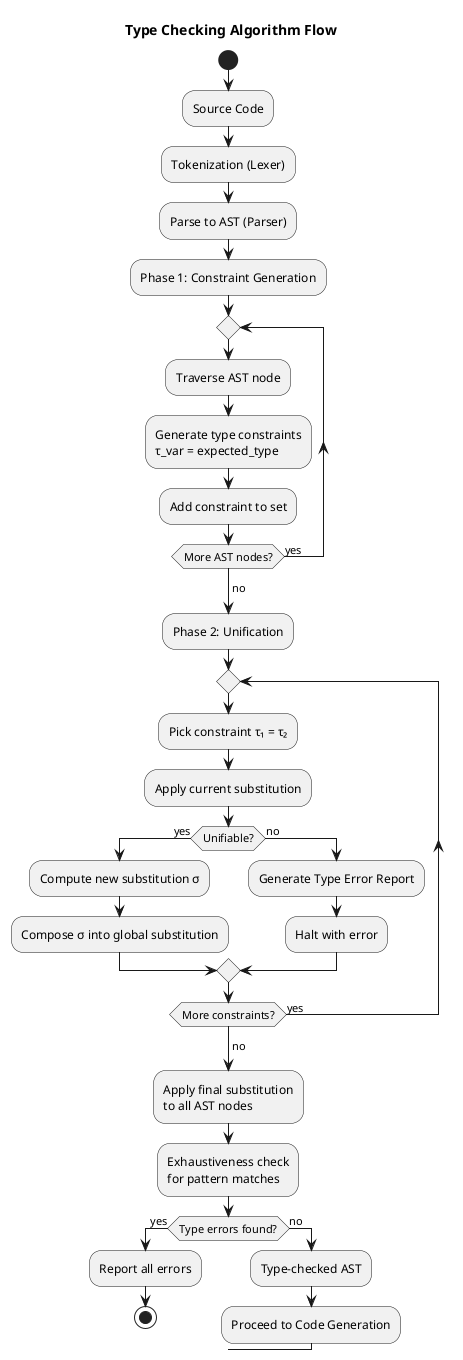
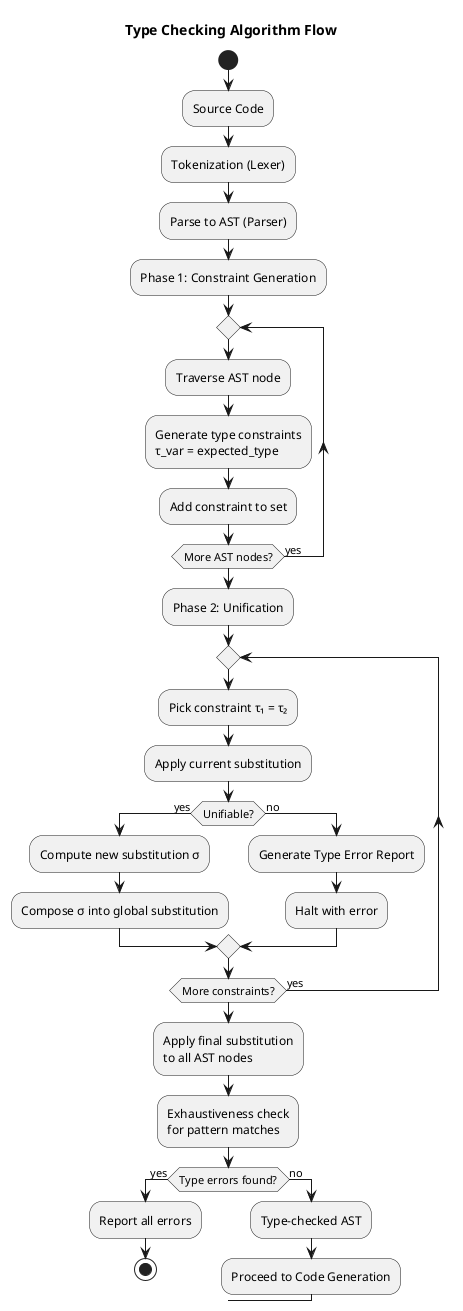
@startuml type-checking-flow
title Type Checking Algorithm Flow

start
:Source Code;
:Tokenization (Lexer);
:Parse to AST (Parser);
:Phase 1: Constraint Generation;

repeat
  :Traverse AST node;
  :Generate type constraints\nτ_var = expected_type;
  :Add constraint to set;
repeat while (More AST nodes?) is (yes)
- ->no;

:Phase 2: Unification;

repeat
  :Pick constraint τ₁ = τ₂;
  :Apply current substitution;
  if (Unifiable?) then (yes)
    :Compute new substitution σ;
    :Compose σ into global substitution;
  else (no)
    :Generate Type Error Report;
    :Halt with error;
  endif
repeat while (More constraints?) is (yes)
- ->no;

:Apply final substitution\nto all AST nodes;
:Exhaustiveness check\nfor pattern matches;

if (Type errors found?) then (yes)
  :Report all errors;
  stop
else (no)
  :Type-checked AST;
  :Proceed to Code Generation;
endif

@enduml
